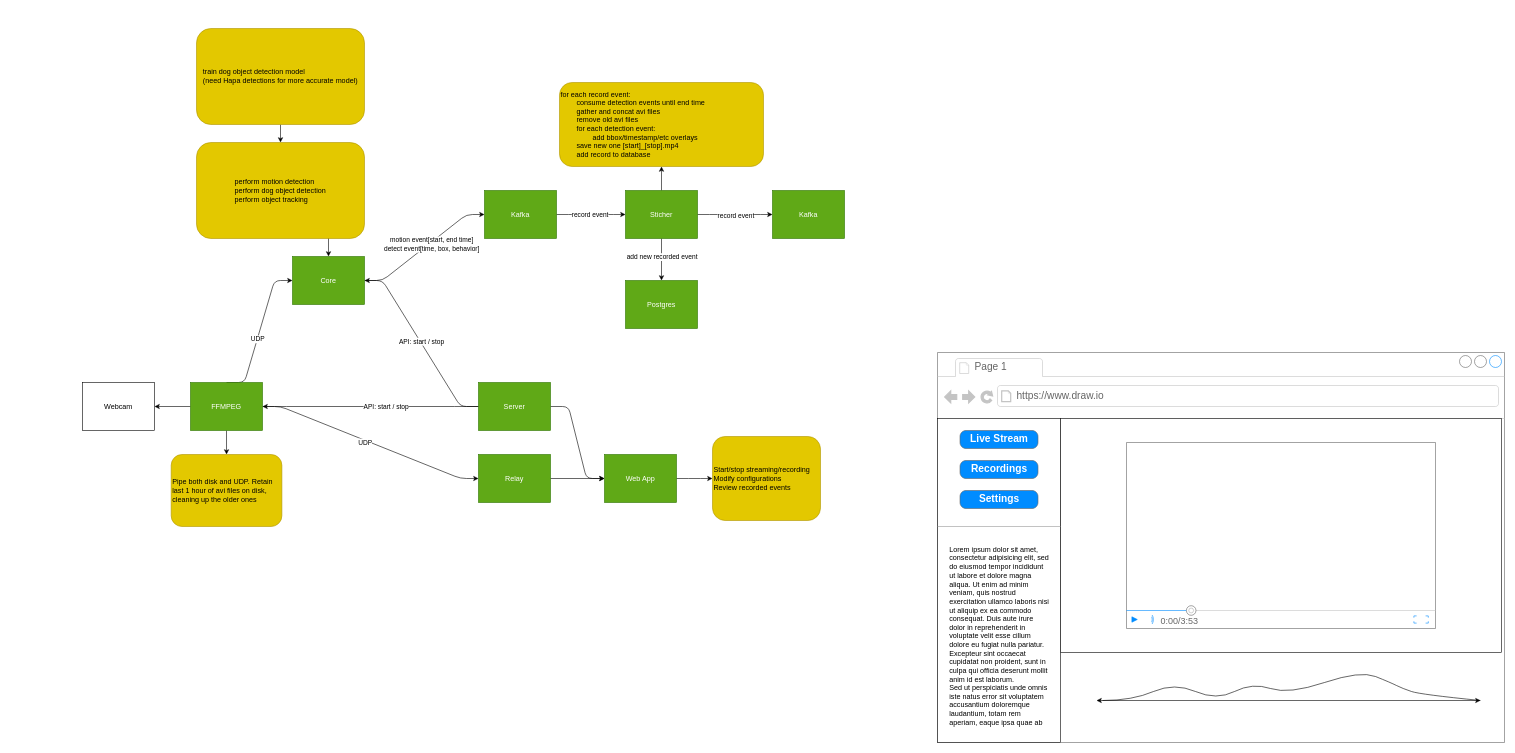
Earlier version of the draw.io diagram architecture.drawio (jackmead515/doggy_cam). Source tidied: cells renumbered, new cells numbered last; positions are measured from the earlier drawing's top-left corner, leaving out a move shared by most shapes. Both pictures are drawn from the tidied source at 60%, with x=0, y=0 at pixel (82, 28).
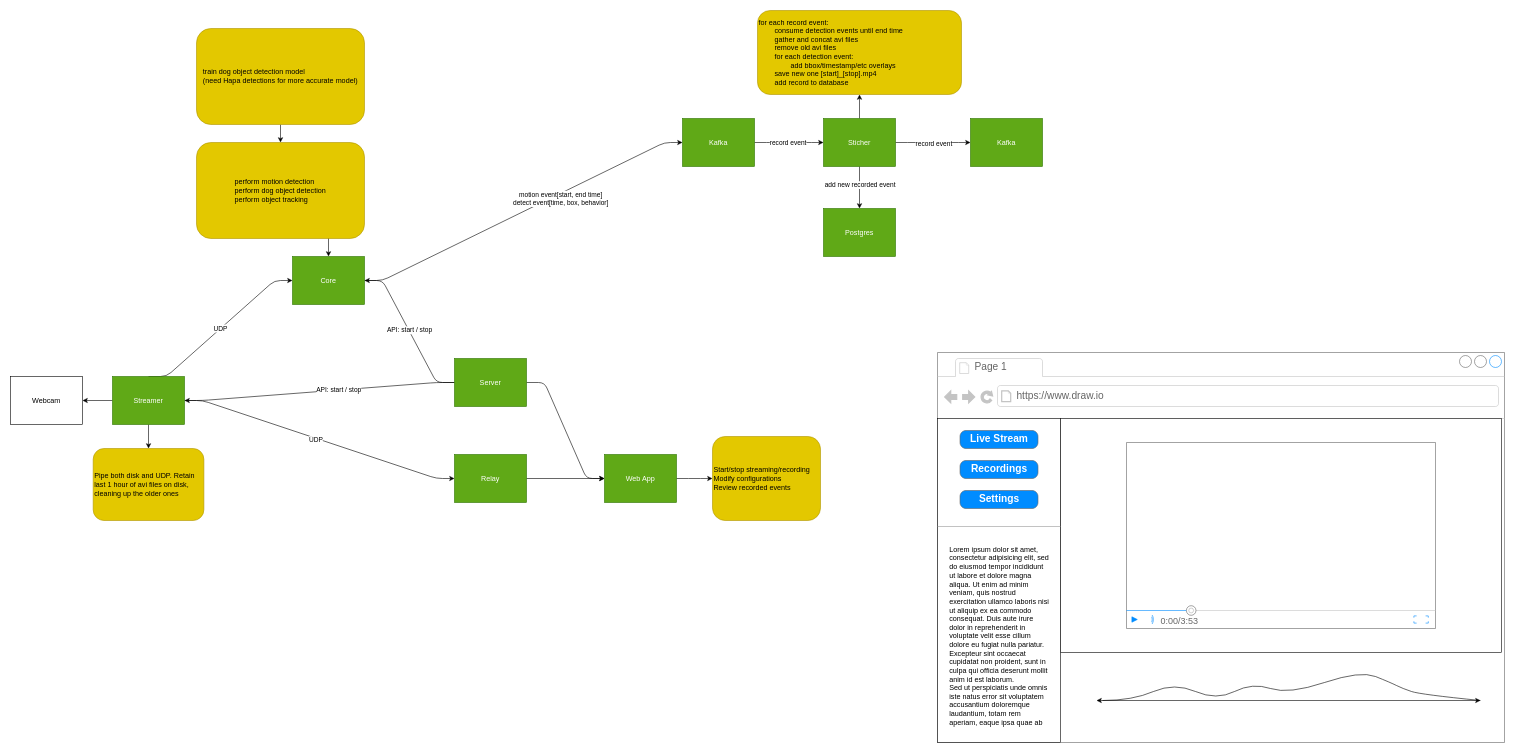
Above is the later version.

Unchanged cells that the change refers to:
```xml
<mxCell id="25" style="edgeStyle=entityRelationEdgeStyle;html=1;exitX=0.5;exitY=0;exitDx=0;exitDy=0;entryX=0;entryY=0.5;entryDx=0;entryDy=0;elbow=vertical;" parent="1" edge="1" source="27" target="15">
  <mxGeometry relative="1" as="geometry" />
</mxCell>
```

Change to the diagram source:
```diff
@@
     <mxCell id="2" value="Webcam" style="rounded=0;whiteSpace=wrap;html=1;" parent="1" vertex="1">
-      <mxGeometry y="590" width="120" height="80" as="geometry" />
+      <mxGeometry x="-120" y="580" width="120" height="80" as="geometry" />
     </mxCell>
@@
     <mxCell id="4" value="Relay" style="rounded=0;whiteSpace=wrap;html=1;fillColor=#60a917;fontColor=#ffffff;strokeColor=#2D7600;" parent="1" vertex="1">
-      <mxGeometry x="660" y="710" width="120" height="80" as="geometry" />
+      <mxGeometry x="620" y="710" width="120" height="80" as="geometry" />
     </mxCell>
@@
     <mxCell id="12" value="Server" style="rounded=0;whiteSpace=wrap;html=1;fillColor=#60a917;fontColor=#ffffff;strokeColor=#2D7600;" parent="1" vertex="1">
-      <mxGeometry x="660" y="590" width="120" height="80" as="geometry" />
+      <mxGeometry x="620" y="550" width="120" height="80" as="geometry" />
     </mxCell>
@@
     <mxCell id="20" value="Kafka" style="rounded=0;whiteSpace=wrap;html=1;fillColor=#60a917;fontColor=#ffffff;strokeColor=#2D7600;" parent="1" vertex="1">
-      <mxGeometry x="670" y="270" width="120" height="80" as="geometry" />
+      <mxGeometry x="1000" y="150" width="120" height="80" as="geometry" />
     </mxCell>
@@
     <mxCell id="26" value="UDP" style="edgeLabel;html=1;align=center;verticalAlign=middle;" parent="25" vertex="1">
-      <mxGeometry x="-0.11" relative="1" as="geometry" />
+      <mxGeometry x="-0.11" relative="1" as="geometry">
+        <mxPoint x="12" y="-11" as="offset" />
+      </mxGeometry>
     </mxCell>
-    <mxCell id="27" value="FFMPEG" style="rounded=0;whiteSpace=wrap;html=1;fillColor=#60a917;fontColor=#ffffff;strokeColor=#2D7600;" parent="1" vertex="1">
-      <mxGeometry x="180" y="590" width="120" height="80" as="geometry" />
+    <mxCell id="27" value="Streamer" style="rounded=0;whiteSpace=wrap;html=1;fillColor=#60a917;fontColor=#ffffff;strokeColor=#2D7600;" parent="1" vertex="1">
+      <mxGeometry x="50" y="580" width="120" height="80" as="geometry" />
     </mxCell>
     <mxCell id="28" value="Pipe both disk and UDP. Retain last 1 hour of avi files on disk, cleaning up the older ones" style="rounded=1;whiteSpace=wrap;html=1;fillColor=#e3c800;fontColor=#000000;strokeColor=#B09500;align=left;" parent="1" vertex="1">
-      <mxGeometry x="147.8" y="710" width="184.5" height="120" as="geometry" />
+      <mxGeometry x="17.8" y="700" width="184.5" height="120" as="geometry" />
     </mxCell>
@@
     <mxCell id="34" value="Sticher" style="rounded=0;whiteSpace=wrap;html=1;fillColor=#60a917;fontColor=#ffffff;strokeColor=#2D7600;" parent="1" vertex="1">
-      <mxGeometry x="905" y="270" width="120" height="80" as="geometry" />
+      <mxGeometry x="1235" y="150" width="120" height="80" as="geometry" />
     </mxCell>
     <mxCell id="35" value="for each record event:&lt;br&gt;&lt;span style=&quot;white-space: pre;&quot;&gt;&#9;&lt;/span&gt;consume detection events until end time&lt;br&gt;&lt;span style=&quot;white-space: pre;&quot;&gt;&#9;&lt;/span&gt;gather and concat avi files&lt;br&gt;&lt;span style=&quot;white-space: pre;&quot;&gt;&#9;&lt;/span&gt;remove old avi files&lt;br&gt;&lt;span style=&quot;white-space: pre;&quot;&gt;&#9;&lt;/span&gt;for each detection event:&lt;br&gt;&lt;span style=&quot;white-space: pre;&quot;&gt;&#9;&lt;/span&gt;&lt;span style=&quot;white-space: pre;&quot;&gt;&#9;&lt;/span&gt;add bbox/timestamp/etc overlays&lt;br&gt;&lt;span style=&quot;white-space: pre;&quot;&gt;&#9;&lt;/span&gt;save new one [start]_[stop].mp4&lt;br&gt;&lt;span style=&quot;white-space: pre;&quot;&gt;&#9;&lt;/span&gt;add record to database" style="rounded=1;whiteSpace=wrap;html=1;fillColor=#e3c800;fontColor=#000000;strokeColor=#B09500;align=left;" parent="1" vertex="1">
-      <mxGeometry x="795" y="90" width="340" height="140" as="geometry" />
+      <mxGeometry x="1125" y="-30" width="340" height="140" as="geometry" />
     </mxCell>
     <mxCell id="36" value="Postgres" style="rounded=0;whiteSpace=wrap;html=1;fillColor=#60a917;fontColor=#ffffff;strokeColor=#2D7600;" parent="1" vertex="1">
-      <mxGeometry x="905" y="420" width="120" height="80" as="geometry" />
+      <mxGeometry x="1235" y="300" width="120" height="80" as="geometry" />
     </mxCell>
@@
     <mxCell id="38" value="Kafka" style="rounded=0;whiteSpace=wrap;html=1;fillColor=#60a917;fontColor=#ffffff;strokeColor=#2D7600;" parent="1" vertex="1">
-      <mxGeometry x="1150" y="270" width="120" height="80" as="geometry" />
+      <mxGeometry x="1480" y="150" width="120" height="80" as="geometry" />
     </mxCell>
```
